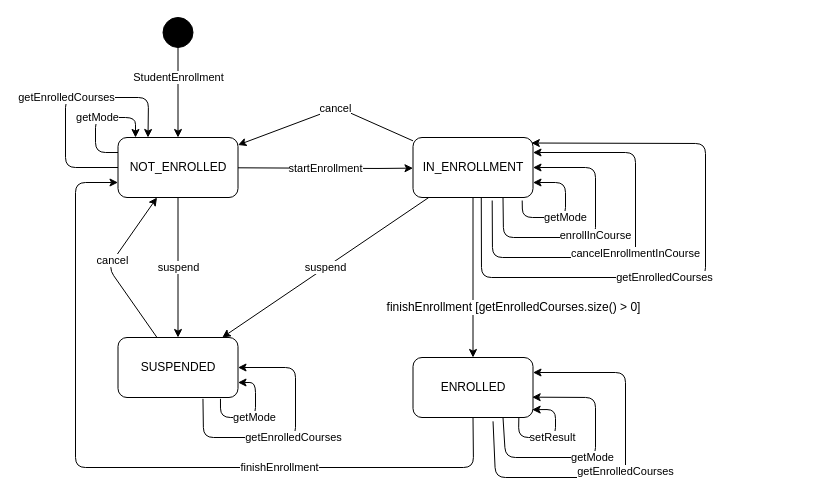
Above: StudentEnrollment - State Model.drawio in diogotorres30/tvs (draw.io), before the change. Source tidied: cells renumbered, new cells numbered last; positions are measured from the earlier drawing's top-left corner, leaving out a move shared by most shapes. Both pictures are drawn from the tidied source at 100%, with x=0, y=0 at pixel (65, 17).
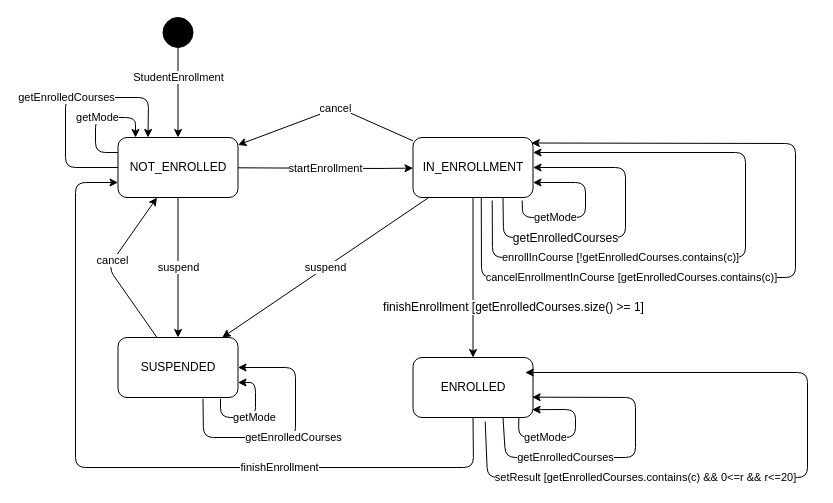
Above is the later version.

The change refers to these unchanged cells:
```xml
<mxCell id="3" value="IN_ENROLLMENT" style="rounded=1;whiteSpace=wrap;html=1;" parent="1" vertex="1">
  <mxGeometry x="347.5" y="120" width="120" height="60" as="geometry" />
</mxCell>
<mxCell id="4" value="ENROLLED" style="rounded=1;whiteSpace=wrap;html=1;" parent="1" vertex="1">
  <mxGeometry x="347.5" y="340" width="120" height="60" as="geometry" />
</mxCell>
<mxCell id="13" style="endArrow=classic;html=1;" parent="1" edge="1" source="3" target="4">
  <mxGeometry relative="1" as="geometry" />
</mxCell>
```

Diff of the diagram source:
```diff
@@
-    <mxCell id="14" value="finishEnrollment [getEnrolledCourses.size() &amp;gt; 0]&lt;br&gt;" style="text;html=1;align=center;verticalAlign=middle;labelBackgroundColor=#ffffff;" parent="13" vertex="1">
+    <mxCell id="14" value="finishEnrollment [getEnrolledCourses.size() &amp;gt;= 1]&lt;br&gt;" style="text;html=1;align=center;verticalAlign=middle;labelBackgroundColor=#ffffff;" parent="13" vertex="1">
       <mxGeometry x="-0.32" y="-2" relative="1" as="geometry">
         <mxPoint x="42" y="55" as="offset" />
       </mxGeometry>
     </mxCell>
     <mxCell id="15" value="getMode&lt;br&gt;" style="endArrow=classic;html=1;entryX=1;entryY=0.75;entryDx=0;entryDy=0;exitX=0.91;exitY=1.05;exitDx=0;exitDy=0;exitPerimeter=0;" parent="1" edge="1" source="3" target="3">
-      <mxGeometry x="-0.06" relative="1" as="geometry">
+      <mxGeometry x="-0.4" relative="1" as="geometry">
         <Array as="points">
           <mxPoint x="457" y="200" />
-          <mxPoint x="500" y="200" />
-          <mxPoint x="500" y="165" />
+          <mxPoint x="520" y="200" />
+          <mxPoint x="520" y="165" />
         </Array>
       </mxGeometry>
     </mxCell>
-    <mxCell id="16" value="enrollInCourse" style="endArrow=classic;html=1;exitX=0.75;exitY=1;exitDx=0;exitDy=0;entryX=1;entryY=0.5;entryDx=0;entryDy=0;" parent="1" edge="1" source="3" target="3">
+    <mxCell id="16" style="endArrow=classic;html=1;exitX=0.75;exitY=1;exitDx=0;exitDy=0;entryX=1;entryY=0.5;entryDx=0;entryDy=0;" parent="1" edge="1" source="3" target="3">
       <mxGeometry x="0.01" relative="1" as="geometry">
         <Array as="points">
           <mxPoint x="438" y="220" />
-          <mxPoint x="530" y="220" />
-          <mxPoint x="530" y="150" />
+          <mxPoint x="560" y="220" />
+          <mxPoint x="560" y="150" />
         </Array>
       </mxGeometry>
     </mxCell>
+    <mxCell id="27" value="&lt;span&gt;getEnrolledCourses&lt;/span&gt;" style="text;html=1;align=center;verticalAlign=middle;labelBackgroundColor=#ffffff;" parent="16" vertex="1">
+      <mxGeometry x="-0.08" y="1" relative="1" as="geometry">
+        <mxPoint x="-47.5" y="1" as="offset" />
+      </mxGeometry>
+    </mxCell>
-    <mxCell id="17" value="setResult" style="endArrow=classic;html=1;entryX=0.993;entryY=0.869;entryDx=0;entryDy=0;entryPerimeter=0;exitX=0.882;exitY=1.008;exitDx=0;exitDy=0;exitPerimeter=0;" parent="1" edge="1" source="4" target="4">
-      <mxGeometry relative="1" as="geometry">
+    <mxCell id="17" value="getMode" style="endArrow=classic;html=1;entryX=0.993;entryY=0.869;entryDx=0;entryDy=0;entryPerimeter=0;exitX=0.882;exitY=1.008;exitDx=0;exitDy=0;exitPerimeter=0;" parent="1" edge="1" source="4" target="4">
+      <mxGeometry x="-0.37" relative="1" as="geometry">
         <Array as="points">
           <mxPoint x="453" y="420" />
-          <mxPoint x="490" y="420" />
-          <mxPoint x="490" y="392" />
+          <mxPoint x="510" y="420" />
+          <mxPoint x="510" y="392" />
         </Array>
       </mxGeometry>
     </mxCell>
@@
-    <mxCell id="23" value="cancelEnrollmentInCourse&lt;br&gt;" style="endArrow=classic;html=1;exitX=0.66;exitY=1.05;exitDx=0;exitDy=0;exitPerimeter=0;entryX=1;entryY=0.25;entryDx=0;entryDy=0;" parent="1" edge="1" source="3" target="3">
-      <mxGeometry relative="1" as="geometry">
+    <mxCell id="23" value="enrollInCourse [!getEnrolledCourses.contains(c)]" style="endArrow=classic;html=1;exitX=0.66;exitY=1.05;exitDx=0;exitDy=0;exitPerimeter=0;entryX=1;entryY=0.25;entryDx=0;entryDy=0;" parent="1" edge="1" source="3" target="3">
+      <mxGeometry x="-0.41" relative="1" as="geometry">
         <Array as="points">
           <mxPoint x="427" y="240" />
-          <mxPoint x="570" y="240" />
-          <mxPoint x="570" y="135" />
+          <mxPoint x="680" y="240" />
+          <mxPoint x="680" y="135" />
         </Array>
       </mxGeometry>
     </mxCell>
-    <mxCell id="24" value="getMode" style="endArrow=classic;html=1;entryX=0.993;entryY=0.661;entryDx=0;entryDy=0;entryPerimeter=0;exitX=0.75;exitY=1;exitDx=0;exitDy=0;" parent="1" edge="1" source="4" target="4">
-      <mxGeometry relative="1" as="geometry">
+    <mxCell id="24" value="getEnrolledCourses" style="endArrow=classic;html=1;entryX=0.993;entryY=0.661;entryDx=0;entryDy=0;entryPerimeter=0;exitX=0.75;exitY=1;exitDx=0;exitDy=0;" parent="1" edge="1" source="4" target="4">
+      <mxGeometry x="-0.4" relative="1" as="geometry">
         <Array as="points">
           <mxPoint x="440" y="440" />
-          <mxPoint x="530" y="440" />
-          <mxPoint x="530" y="380" />
+          <mxPoint x="570" y="440" />
+          <mxPoint x="570" y="380" />
         </Array>
       </mxGeometry>
     </mxCell>
-    <mxCell id="25" value="getEnrolledCourses" style="endArrow=classic;html=1;exitX=0.667;exitY=1.064;exitDx=0;exitDy=0;exitPerimeter=0;entryX=1;entryY=0.25;entryDx=0;entryDy=0;" parent="1" edge="1" source="4" target="4">
-      <mxGeometry relative="1" as="geometry">
+    <mxCell id="25" value="setResult [getEnrolledCourses.contains(c) &amp;amp;&amp;amp; 0&amp;lt;=r &amp;amp;&amp;amp; r&amp;lt;=20]" style="endArrow=classic;html=1;exitX=0.667;exitY=1.064;exitDx=0;exitDy=0;exitPerimeter=0;entryX=1;entryY=0.25;entryDx=0;entryDy=0;" parent="1" edge="1">
+      <mxGeometry x="-0.44" relative="1" as="geometry">
+        <mxPoint x="419.7" y="404" as="sourcePoint" />
+        <mxPoint x="459.7" y="355" as="targetPoint" />
         <Array as="points">
-          <mxPoint x="430" y="460" />
-          <mxPoint x="560" y="460" />
-          <mxPoint x="560" y="355" />
+          <mxPoint x="422" y="460" />
+          <mxPoint x="742" y="460" />
+          <mxPoint x="742" y="355" />
         </Array>
       </mxGeometry>
     </mxCell>
-    <mxCell id="26" value="getEnrolledCourses" style="endArrow=classic;html=1;exitX=0.569;exitY=0.994;exitDx=0;exitDy=0;exitPerimeter=0;entryX=0.986;entryY=0.092;entryDx=0;entryDy=0;entryPerimeter=0;" parent="1" edge="1" source="3" target="3">
-      <mxGeometry x="-0.14" relative="1" as="geometry">
+    <mxCell id="26" value="cancelEnrollmentInCourse&amp;nbsp;[getEnrolledCourses.contains(c)]" style="endArrow=classic;html=1;exitX=0.569;exitY=0.994;exitDx=0;exitDy=0;exitPerimeter=0;entryX=0.986;entryY=0.092;entryDx=0;entryDy=0;entryPerimeter=0;" parent="1" edge="1" source="3" target="3">
+      <mxGeometry x="-0.42" relative="1" as="geometry">
         <Array as="points">
           <mxPoint x="416" y="260" />
-          <mxPoint x="640" y="260" />
-          <mxPoint x="640" y="126" />
+          <mxPoint x="730" y="260" />
+          <mxPoint x="730" y="126" />
         </Array>
       </mxGeometry>
     </mxCell>
```
